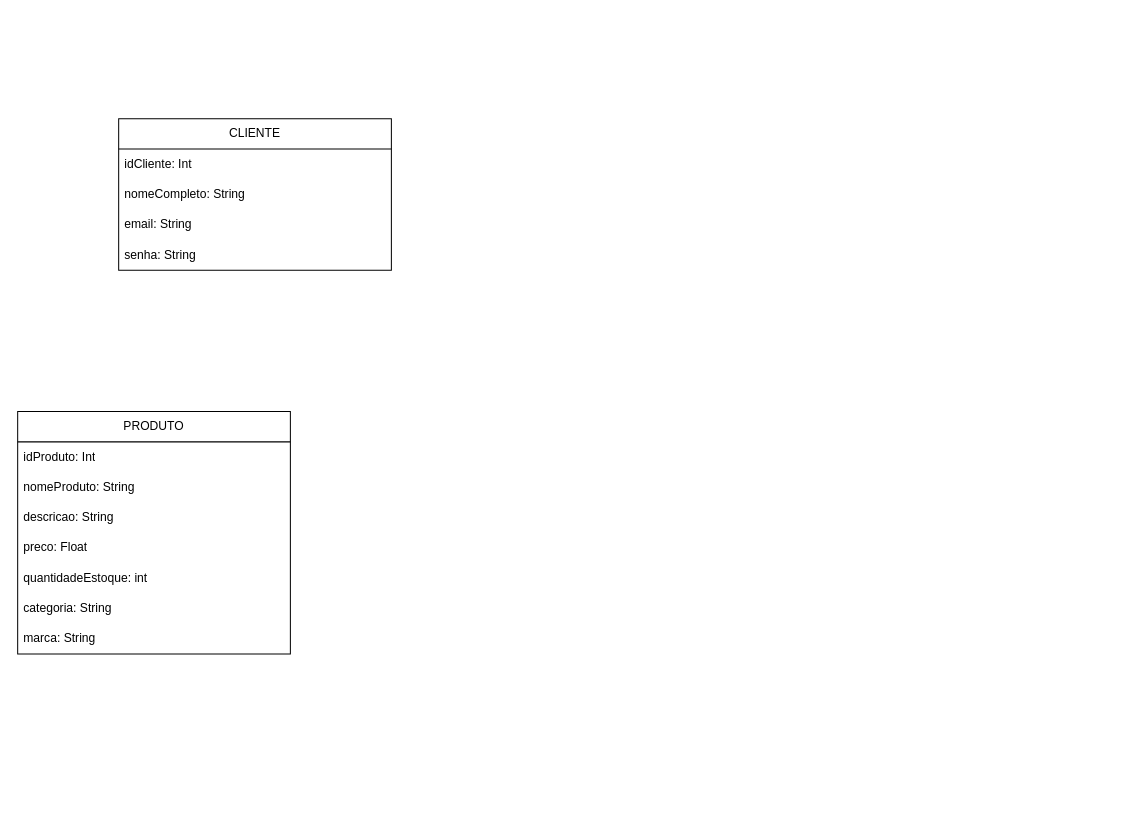
Before: SistemaEcommerce.drawio in JoaoSanReboot/diagramas, a draw.io diagram. Source tidied: cells renumbered, new cells numbered last; positions are measured from the earlier drawing's top-left corner, leaving out a move shared by most shapes. Both pictures are drawn from the tidied source at 101%, with x=0, y=0 at pixel (17, 118).
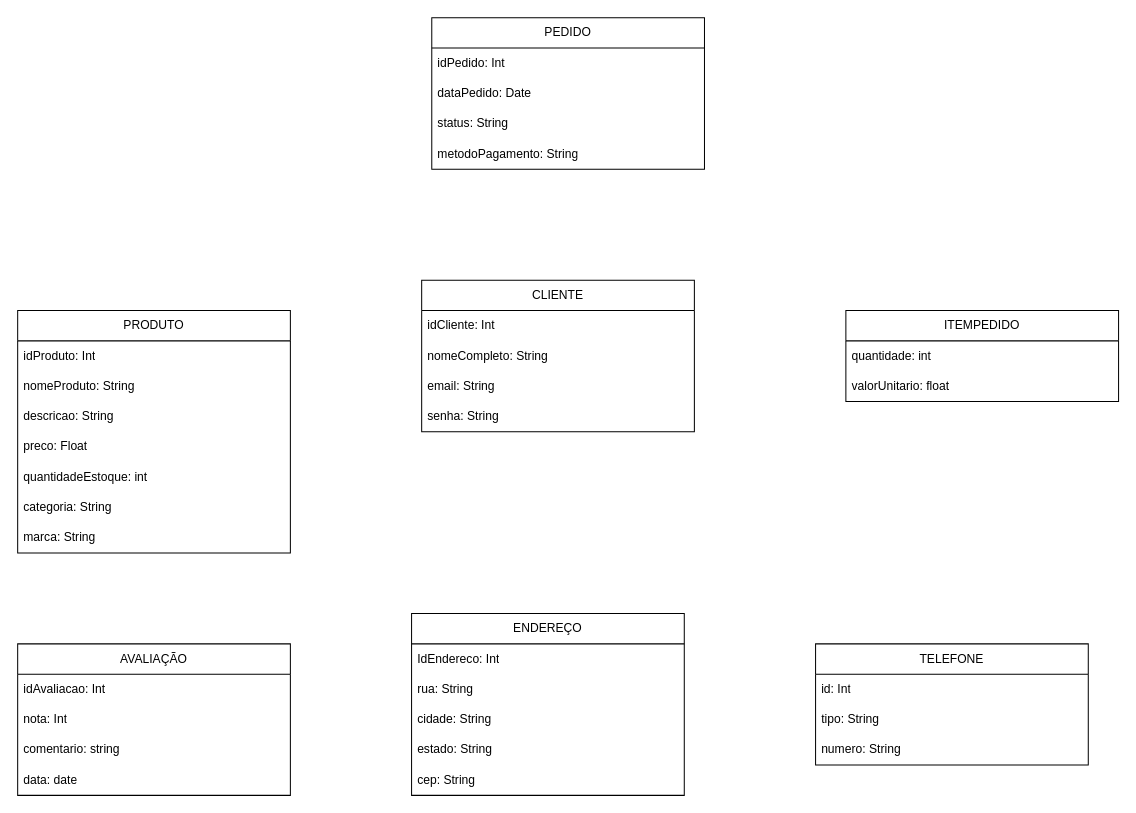
After the change.

Change to the diagram source:
```diff
@@
     <mxCell id="2" value="CLIENTE" style="swimlane;fontStyle=0;horizontal=1;startSize=30;whiteSpace=wrap;html=1;" parent="1" vertex="1">
-      <mxGeometry x="100" width="270" height="150" as="geometry" />
+      <mxGeometry x="400" y="160" width="270" height="150" as="geometry" />
     </mxCell>
@@
     <mxCell id="7" value="PRODUTO" style="swimlane;fontStyle=0;horizontal=1;startSize=30;whiteSpace=wrap;html=1;" parent="1" vertex="1">
-      <mxGeometry y="290" width="270" height="240" as="geometry" />
+      <mxGeometry y="190" width="270" height="240" as="geometry" />
     </mxCell>
@@
+    <mxCell id="15" value="PEDIDO" style="swimlane;fontStyle=0;horizontal=1;startSize=30;whiteSpace=wrap;html=1;" parent="1" vertex="1">
+      <mxGeometry x="410" y="-100" width="270" height="150" as="geometry" />
+    </mxCell>
+    <mxCell id="16" value="idPedido: Int" style="text;strokeColor=none;fillColor=none;align=left;verticalAlign=middle;spacingLeft=4;spacingRight=4;overflow=hidden;whiteSpace=wrap;html=1;" parent="15" vertex="1">
+      <mxGeometry y="30" width="270" height="30" as="geometry" />
+    </mxCell>
+    <mxCell id="17" value="dataPedido: Date" style="text;strokeColor=none;fillColor=none;align=left;verticalAlign=middle;spacingLeft=4;spacingRight=4;overflow=hidden;whiteSpace=wrap;html=1;" parent="15" vertex="1">
+      <mxGeometry y="60" width="270" height="30" as="geometry" />
+    </mxCell>
+    <mxCell id="18" value="status: String" style="text;strokeColor=none;fillColor=none;align=left;verticalAlign=middle;spacingLeft=4;spacingRight=4;overflow=hidden;whiteSpace=wrap;html=1;" parent="15" vertex="1">
+      <mxGeometry y="90" width="270" height="30" as="geometry" />
+    </mxCell>
+    <mxCell id="19" value="metodoPagamento: String" style="text;strokeColor=none;fillColor=none;align=left;verticalAlign=middle;spacingLeft=4;spacingRight=4;overflow=hidden;whiteSpace=wrap;html=1;" parent="15" vertex="1">
+      <mxGeometry y="120" width="270" height="30" as="geometry" />
+    </mxCell>
+    <mxCell id="20" value="ITEMPEDIDO" style="swimlane;fontStyle=0;horizontal=1;startSize=30;whiteSpace=wrap;html=1;" parent="1" vertex="1">
+      <mxGeometry x="820" y="190" width="270" height="90" as="geometry" />
+    </mxCell>
+    <mxCell id="21" value="quantidade: int" style="text;strokeColor=none;fillColor=none;align=left;verticalAlign=middle;spacingLeft=4;spacingRight=4;overflow=hidden;whiteSpace=wrap;html=1;" parent="20" vertex="1">
+      <mxGeometry y="30" width="270" height="30" as="geometry" />
+    </mxCell>
+    <mxCell id="22" value="valorUnitario: float" style="text;strokeColor=none;fillColor=none;align=left;verticalAlign=middle;spacingLeft=4;spacingRight=4;overflow=hidden;whiteSpace=wrap;html=1;" parent="20" vertex="1">
+      <mxGeometry y="60" width="270" height="30" as="geometry" />
+    </mxCell>
+    <mxCell id="23" value="AVALIAÇÃO" style="swimlane;fontStyle=0;horizontal=1;startSize=30;whiteSpace=wrap;html=1;" parent="1" vertex="1">
+      <mxGeometry y="520" width="270" height="150" as="geometry" />
+    </mxCell>
+    <mxCell id="24" value="idAvaliacao: Int" style="text;strokeColor=none;fillColor=none;align=left;verticalAlign=middle;spacingLeft=4;spacingRight=4;overflow=hidden;whiteSpace=wrap;html=1;" parent="23" vertex="1">
+      <mxGeometry y="30" width="270" height="30" as="geometry" />
+    </mxCell>
+    <mxCell id="25" value="nota: Int" style="text;strokeColor=none;fillColor=none;align=left;verticalAlign=middle;spacingLeft=4;spacingRight=4;overflow=hidden;whiteSpace=wrap;html=1;" parent="23" vertex="1">
+      <mxGeometry y="60" width="270" height="30" as="geometry" />
+    </mxCell>
+    <mxCell id="26" value="comentario: string" style="text;strokeColor=none;fillColor=none;align=left;verticalAlign=middle;spacingLeft=4;spacingRight=4;overflow=hidden;whiteSpace=wrap;html=1;" parent="23" vertex="1">
+      <mxGeometry y="90" width="270" height="30" as="geometry" />
+    </mxCell>
+    <mxCell id="27" value="data: date" style="text;strokeColor=none;fillColor=none;align=left;verticalAlign=middle;spacingLeft=4;spacingRight=4;overflow=hidden;whiteSpace=wrap;html=1;" parent="23" vertex="1">
+      <mxGeometry y="120" width="270" height="30" as="geometry" />
+    </mxCell>
+    <mxCell id="28" value="ENDEREÇO" style="swimlane;fontStyle=0;horizontal=1;startSize=30;whiteSpace=wrap;html=1;" parent="1" vertex="1">
+      <mxGeometry x="390" y="490" width="270" height="180" as="geometry" />
+    </mxCell>
+    <mxCell id="29" value="IdEndereco: Int" style="text;strokeColor=none;fillColor=none;align=left;verticalAlign=middle;spacingLeft=4;spacingRight=4;overflow=hidden;whiteSpace=wrap;html=1;" parent="28" vertex="1">
+      <mxGeometry y="30" width="270" height="30" as="geometry" />
+    </mxCell>
+    <mxCell id="30" value="rua: String" style="text;strokeColor=none;fillColor=none;align=left;verticalAlign=middle;spacingLeft=4;spacingRight=4;overflow=hidden;whiteSpace=wrap;html=1;" parent="28" vertex="1">
+      <mxGeometry y="60" width="270" height="30" as="geometry" />
+    </mxCell>
+    <mxCell id="31" value="cidade: String" style="text;strokeColor=none;fillColor=none;align=left;verticalAlign=middle;spacingLeft=4;spacingRight=4;overflow=hidden;whiteSpace=wrap;html=1;" parent="28" vertex="1">
+      <mxGeometry y="90" width="270" height="30" as="geometry" />
+    </mxCell>
+    <mxCell id="32" value="estado: String" style="text;strokeColor=none;fillColor=none;align=left;verticalAlign=middle;spacingLeft=4;spacingRight=4;overflow=hidden;whiteSpace=wrap;html=1;" parent="28" vertex="1">
+      <mxGeometry y="120" width="270" height="30" as="geometry" />
+    </mxCell>
+    <mxCell id="33" value="cep: String" style="text;strokeColor=none;fillColor=none;align=left;verticalAlign=middle;spacingLeft=4;spacingRight=4;overflow=hidden;whiteSpace=wrap;html=1;" parent="28" vertex="1">
+      <mxGeometry y="150" width="270" height="30" as="geometry" />
+    </mxCell>
+    <mxCell id="34" value="TELEFONE" style="swimlane;fontStyle=0;horizontal=1;startSize=30;whiteSpace=wrap;html=1;" parent="1" vertex="1">
+      <mxGeometry x="790" y="520" width="270" height="120" as="geometry" />
+    </mxCell>
+    <mxCell id="35" value="id: Int" style="text;strokeColor=none;fillColor=none;align=left;verticalAlign=middle;spacingLeft=4;spacingRight=4;overflow=hidden;whiteSpace=wrap;html=1;" parent="34" vertex="1">
+      <mxGeometry y="30" width="270" height="30" as="geometry" />
+    </mxCell>
+    <mxCell id="36" value="tipo: String" style="text;strokeColor=none;fillColor=none;align=left;verticalAlign=middle;spacingLeft=4;spacingRight=4;overflow=hidden;whiteSpace=wrap;html=1;" parent="34" vertex="1">
+      <mxGeometry y="60" width="270" height="30" as="geometry" />
+    </mxCell>
+    <mxCell id="37" value="numero: String" style="text;strokeColor=none;fillColor=none;align=left;verticalAlign=middle;spacingLeft=4;spacingRight=4;overflow=hidden;whiteSpace=wrap;html=1;" parent="34" vertex="1">
+      <mxGeometry y="90" width="270" height="30" as="geometry" />
+    </mxCell>
```
